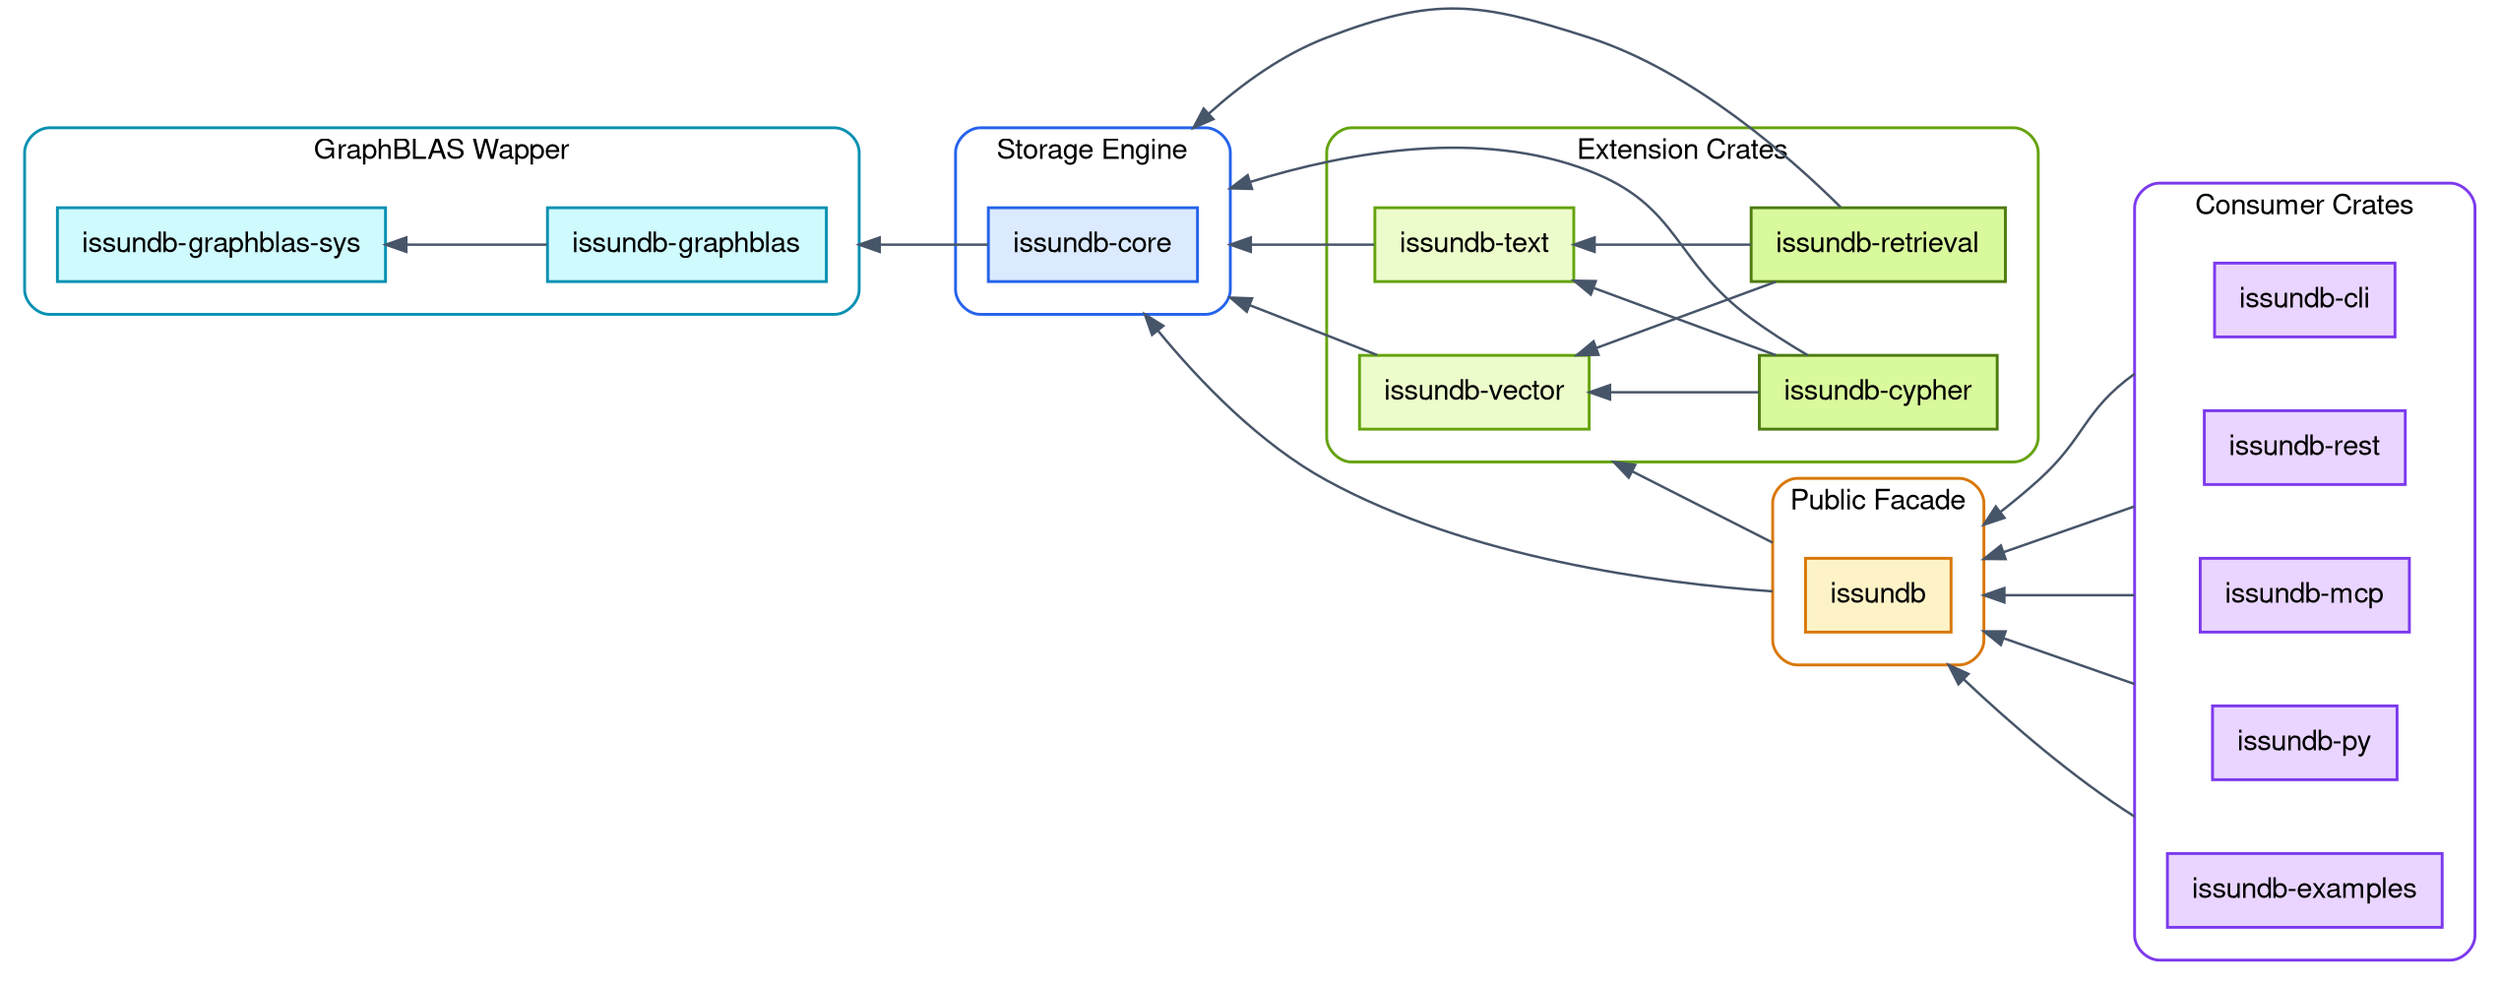
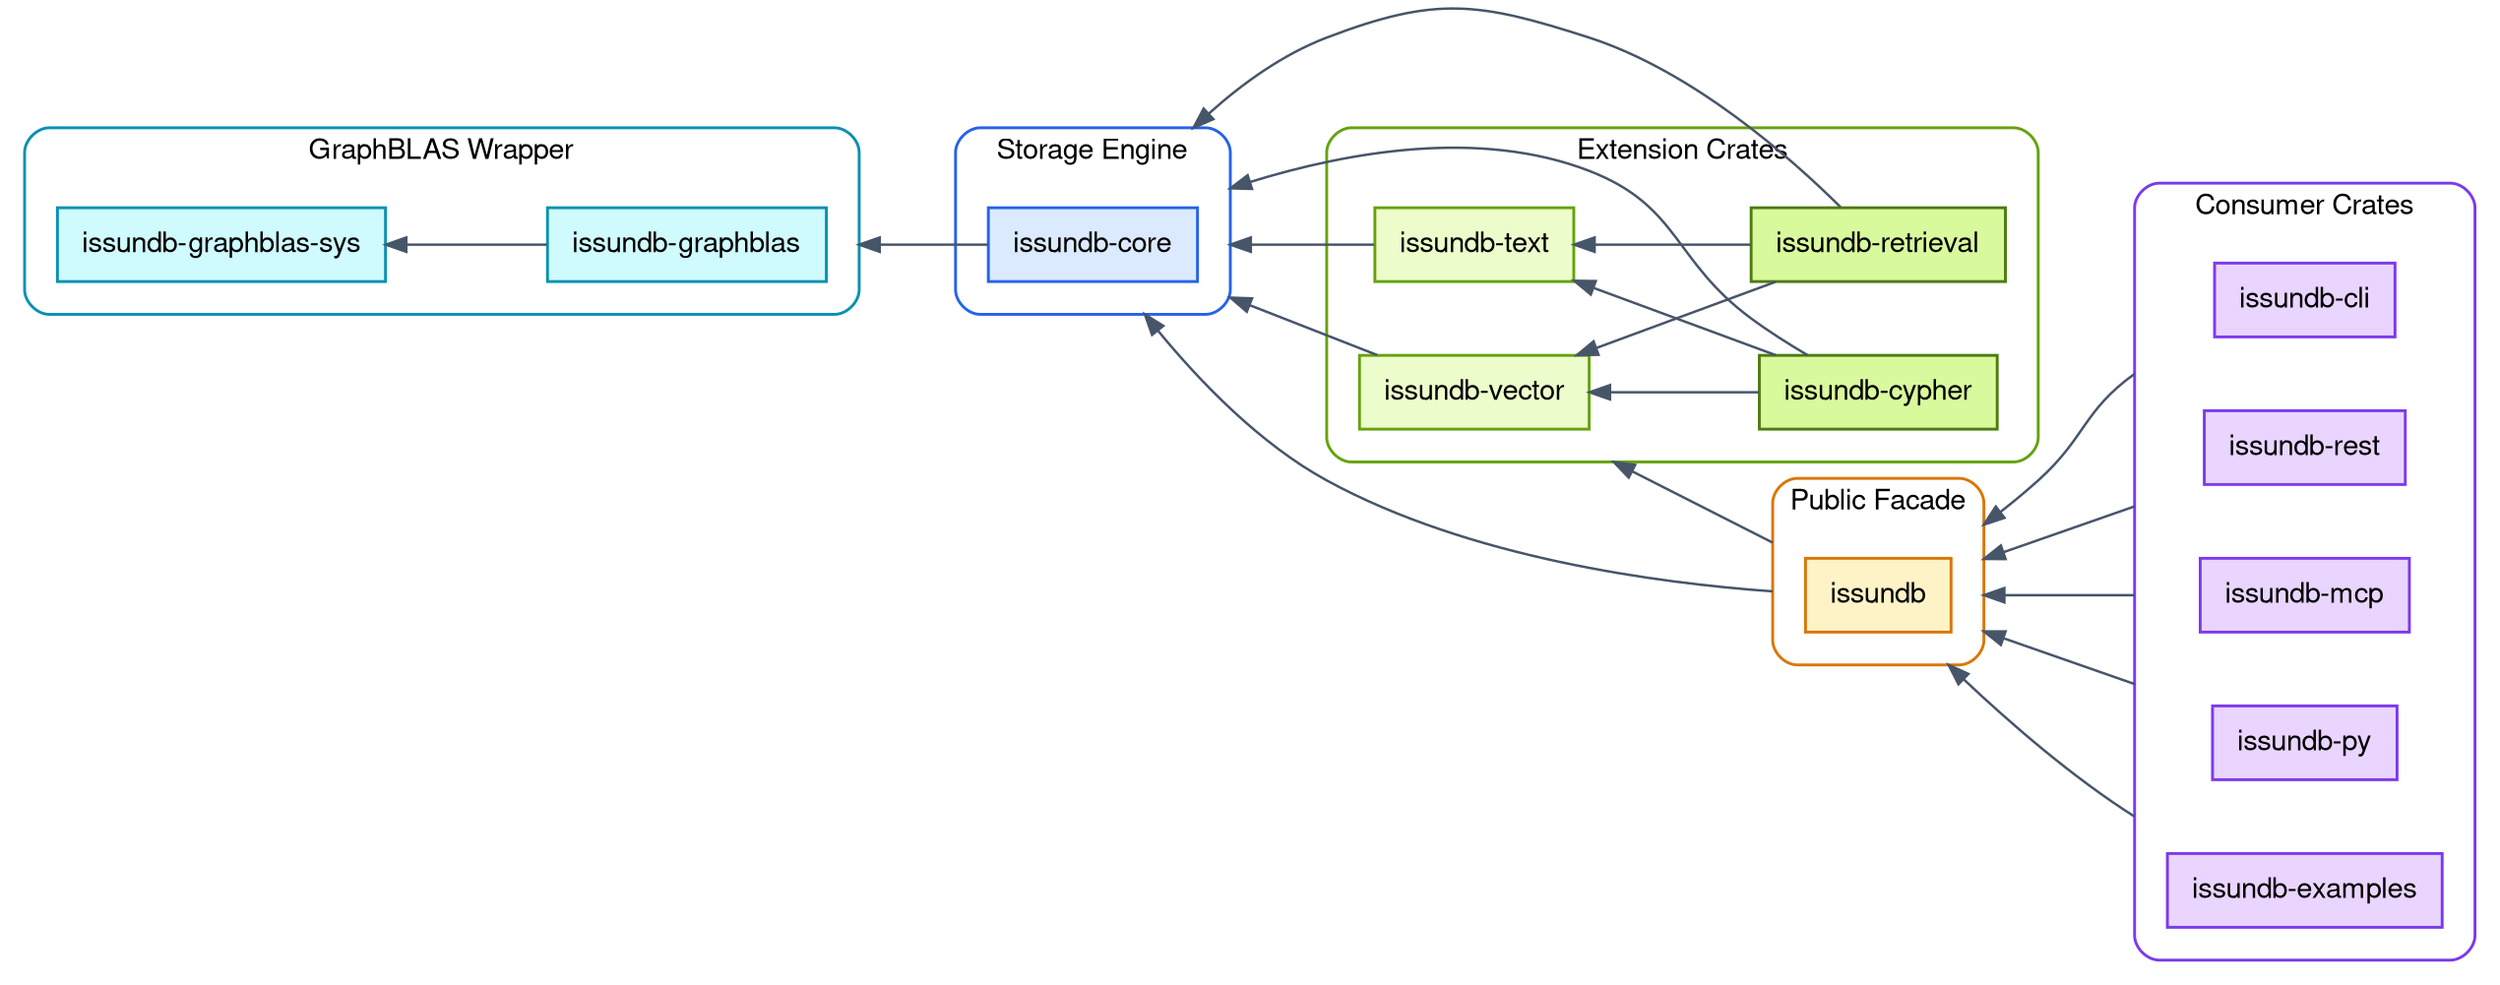
digraph IssunDBArchitecture {
    fontname = "Helvetica,Arial,sans-serif"
    layout = dot
    rankdir = RL
    ranksep = 1.1
    nodesep = 0.5
    splines = true
    bgcolor = "white"
    compound = true

    node [
    fontname = "Helvetica,Arial,sans-serif",
    shape = rect,
    style = "filled",
    color = "#475569",
    fillcolor = "white",
    penwidth = 1.4,
    margin = "0.16,0.10"
    ]

    edge [
    fontname = "Helvetica,Arial,sans-serif",
    fontsize = 10,
    color = "#475569",
    fontcolor = "#475569",
    penwidth = 1.2
    ]

    // ---------------------------------------------------------------
 // GraphBLAS foundation: raw FFI and safe wrapper.
 // ---------------------------------------------------------------
    subgraph cluster_graphblas {
-     label = "GraphBLAS Wapper"
+     label = "GraphBLAS Wrapper"
    fontname = "Helvetica,Arial,sans-serif"
    fontsize = 14
    style = "rounded"
    color = "#0891B2"
    penwidth = 1.4
    margin = 16

    graphblas_sys [label = "issundb-graphblas-sys", fillcolor = "#CFFAFE", color = "#0891B2"]
    graphblas [label = "issundb-graphblas", fillcolor = "#CFFAFE", color = "#0891B2"]
    }

    // ---------------------------------------------------------------
 // Storage engine: the foundation crate.
 // ---------------------------------------------------------------
    subgraph cluster_core {
    label = "Storage Engine"
    fontname = "Helvetica,Arial,sans-serif"
    fontsize = 14
    style = "rounded"
    color = "#2563EB"
    penwidth = 1.4
    margin = 16

    core [label = "issundb-core", fillcolor = "#DBEAFE", color = "#2563EB"]
    }

    // ---------------------------------------------------------------
 // Extension crates: depend on core, never on each other upward.
 // ---------------------------------------------------------------
    subgraph cluster_ext {
    label = "Extension Crates"
    fontname = "Helvetica,Arial,sans-serif"
    fontsize = 14
    style = "rounded"
    color = "#65A30D"
    penwidth = 1.4
    margin = 16

    vector [label = "issundb-vector", fillcolor = "#ECFCCB", color = "#65A30D"]
    text [label = "issundb-text", fillcolor = "#ECFCCB", color = "#65A30D"]
    retrieval [label = "issundb-retrieval", fillcolor = "#D9F99D", color = "#4D7C0F"]
    cypher [label = "issundb-cypher", fillcolor = "#D9F99D", color = "#4D7C0F"]
    }

    // ---------------------------------------------------------------
 // Public facade.
 // ---------------------------------------------------------------
    subgraph cluster_facade {
    label = "Public Facade"
    fontname = "Helvetica,Arial,sans-serif"
    fontsize = 14
    style = "rounded"
    color = "#D97706"
    penwidth = 1.4
    margin = 16

    facade [label = "issundb", fillcolor = "#FEF3C7", color = "#D97706"]
    }

    // ---------------------------------------------------------------
 // Consumers: bindings, servers, tools. Facade-only.
 // ---------------------------------------------------------------
    subgraph cluster_consumers {
    label = "Consumer Crates"
    fontname = "Helvetica,Arial,sans-serif"
    fontsize = 14
    style = "rounded"
    color = "#7C3AED"
    penwidth = 1.4
    margin = 16

    cli [label = "issundb-cli", fillcolor = "#E9D5FF", color = "#7C3AED"]
    rest [label = "issundb-rest", fillcolor = "#E9D5FF", color = "#7C3AED"]
    mcp [label = "issundb-mcp", fillcolor = "#E9D5FF", color = "#7C3AED"]
    py_bind [label = "issundb-py", fillcolor = "#E9D5FF", color = "#7C3AED"]
    examples [label = "issundb-examples", fillcolor = "#E9D5FF", color = "#7C3AED"]
    }

    // ---------------------------------------------------------------
 // Dependency edges (point from dependent to dependency).
 // lhead/ltail clip the edge at the cluster border (compound = true)
 // so arrows attach to the enclosing cluster, not the inner box.
 // ---------------------------------------------------------------

    // GraphBLAS internal edge.
    graphblas -> graphblas_sys

    // Core depends on the safe GraphBLAS wrapper.
    core -> graphblas [lhead = cluster_graphblas]

    // Extension crates depend on core.
    vector -> core [lhead = cluster_core]
    text -> core [lhead = cluster_core]
    retrieval -> core [lhead = cluster_core]
    retrieval -> vector
    retrieval -> text
    cypher -> core [lhead = cluster_core]
    cypher -> text
    cypher -> vector

    // Facade composes the extensions and core.
    facade -> core [ltail = cluster_facade, lhead = cluster_core]
    facade -> vector [ltail = cluster_facade, lhead = cluster_ext]

    // Consumers depend only on the facade.
    cli -> facade [ltail = cluster_consumers, lhead = cluster_facade]
    rest -> facade [ltail = cluster_consumers, lhead = cluster_facade]
    mcp -> facade [ltail = cluster_consumers, lhead = cluster_facade]
    py_bind -> facade [ltail = cluster_consumers, lhead = cluster_facade]
    examples -> facade [ltail = cluster_consumers, lhead = cluster_facade]
}
